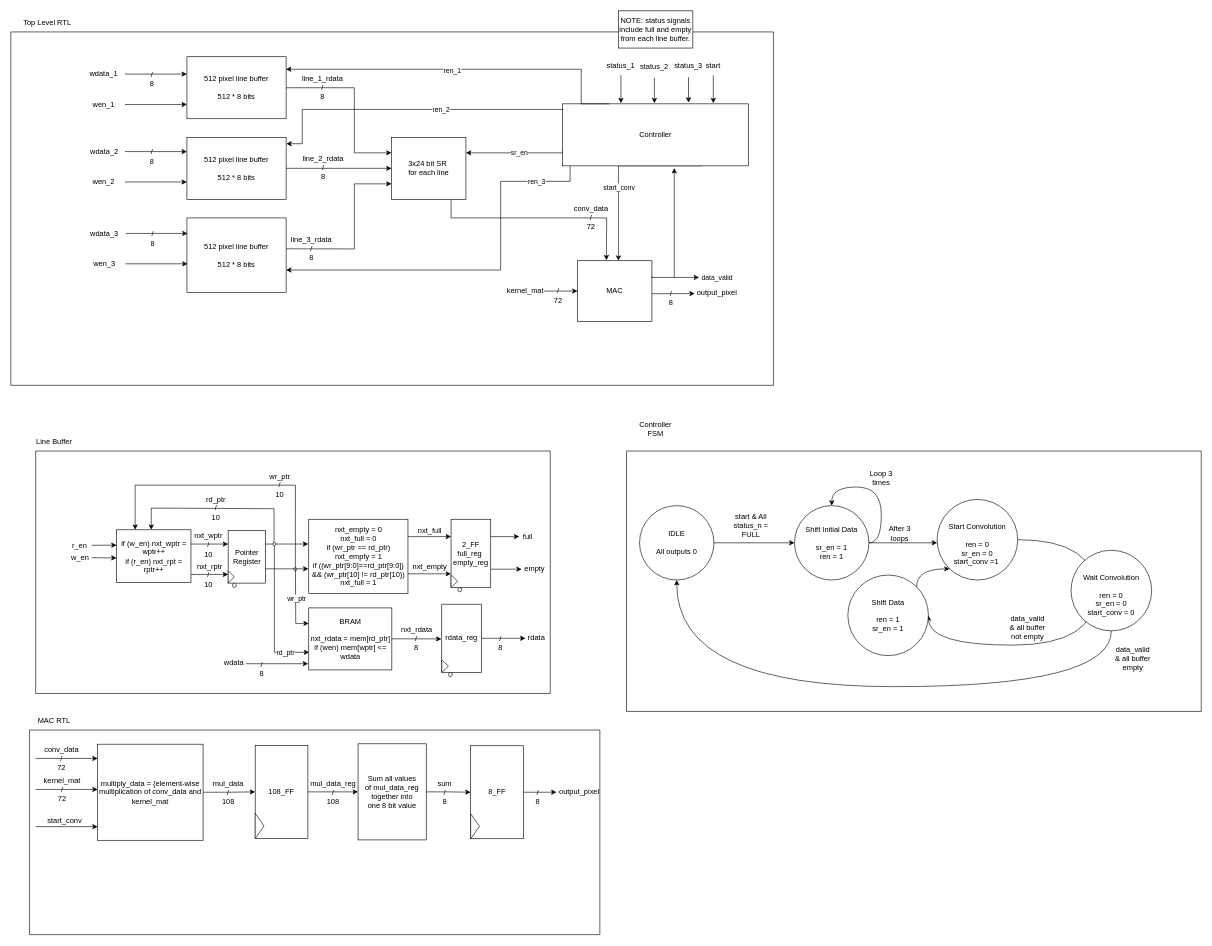
aryanka15/FPGA_Image_Processor keeps this draw.io diagram as ImageProcessor-RTLs.drawio. Above is the earlier version. Source tidied: cells renumbered, new cells numbered last; positions are measured from the earlier drawing's top-left corner, leaving out a move shared by most shapes. Both pictures are drawn from the tidied source at 62%, with x=0, y=0 at pixel (11, 11).
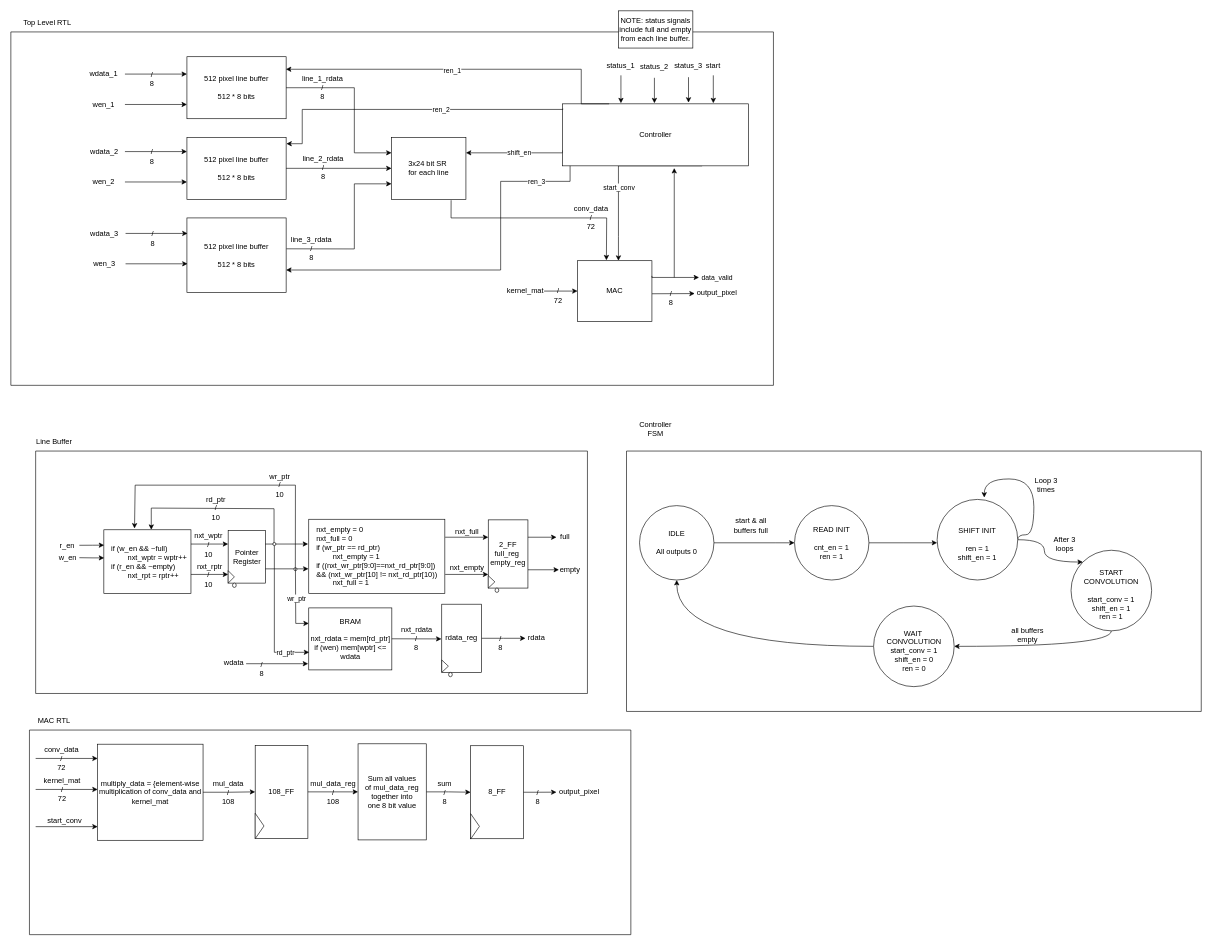
The same page after the edit.

The change refers to these unchanged cells:
```xml
<mxCell id="34" style="edgeStyle=orthogonalEdgeStyle;rounded=0;jettySize=auto;html=1;exitX=0;exitY=0.75;exitDx=0;exitDy=0;entryX=1;entryY=0.25;entryDx=0;entryDy=0;" parent="2" edge="1" source="36" target="37">
  <mxGeometry relative="1" as="geometry">
    <Array as="points">
      <mxPoint x="890" y="195" />
    </Array>
  </mxGeometry>
</mxCell>
<mxCell id="74" style="ellipse;whiteSpace=wrap;html=1;fillStyle=solid;gradientColor=none;gradientDirection=north;fillColor=#FFFFFF;" parent="53" vertex="1">
  <mxGeometry x="416.5" y="188" width="5" height="5" as="geometry" />
</mxCell>
<mxCell id="111" style="swimlane;startSize=0;" parent="1" vertex="1">
  <mxGeometry x="993" y="710" width="927" height="420" as="geometry" />
</mxCell>
<mxCell id="113" value="IDLE&lt;div&gt;&lt;br&gt;&lt;/div&gt;&lt;div&gt;All outputs 0&lt;/div&gt;" style="ellipse;whiteSpace=wrap;html=1;" parent="111" vertex="1">
  <mxGeometry x="21" y="88" width="120" height="120" as="geometry" />
</mxCell>
```

Change to the diagram source:
```diff
@@
-    <mxCell id="35" value="sr_en" style="edgeLabel;html=1;align=center;verticalAlign=middle;" parent="34" vertex="1">
+    <mxCell id="35" value="shift_en" style="edgeLabel;html=1;align=center;verticalAlign=middle;" parent="34" vertex="1">
       <mxGeometry x="-0.06" y="1" relative="1" as="geometry">
         <mxPoint y="-2" as="offset" />
       </mxGeometry>
     </mxCell>
@@
     <mxCell id="53" style="swimlane;startSize=0;" parent="1" vertex="1">
-      <mxGeometry x="40" y="710" width="830" height="391" as="geometry" />
+      <mxGeometry x="40" y="710" width="890" height="391" as="geometry" />
     </mxCell>
-    <mxCell id="54" value="if (w_en) nxt_wptr = wptr++&lt;div&gt;if (r_en) nxt_rpt = rptr++&lt;/div&gt;" style="whiteSpace=wrap;html=1;" parent="53" vertex="1">
-      <mxGeometry x="130.5" y="127" width="120" height="85" as="geometry" />
+    <mxCell id="54" value="if (w_en &amp;amp;&amp;amp; ~full) &lt;span style=&quot;white-space: pre;&quot;&gt;&#9;&lt;/span&gt;nxt_wptr = wptr++&lt;div&gt;if (r_en &amp;amp;&amp;amp; ~empty) &lt;span style=&quot;white-space: pre;&quot;&gt;&#9;&lt;/span&gt;nxt_rpt = rptr++&lt;/div&gt;" style="whiteSpace=wrap;html=1;align=left;spacingLeft=10;" parent="53" vertex="1">
+      <mxGeometry x="110" y="127" width="140.5" height="103" as="geometry" />
     </mxCell>
     <mxCell id="55" style="edgeStyle=none;orthogonalLoop=1;jettySize=auto;html=1;rounded=0;entryX=-0.022;entryY=0.246;entryDx=0;entryDy=0;entryPerimeter=0;" parent="53" edge="1">
       <mxGeometry relative="1" as="geometry">
-        <mxPoint x="90.5" y="152" as="sourcePoint" />
-        <mxPoint x="130.5" y="151.8" as="targetPoint" />
+        <mxPoint x="70.5" y="152" as="sourcePoint" />
+        <mxPoint x="110.5" y="151.8" as="targetPoint" />
         <Array as="points">
-          <mxPoint x="112.1" y="151.9" />
+          <mxPoint x="92.1" y="151.9" />
         </Array>
       </mxGeometry>
     </mxCell>
     <mxCell id="56" value="w_en" style="text;html=1;whiteSpace=wrap;strokeColor=none;fillColor=none;align=center;verticalAlign=middle;rounded=0;" parent="53" vertex="1">
-      <mxGeometry x="41.5" y="158" width="60" height="30" as="geometry" />
+      <mxGeometry x="21.5" y="158" width="60" height="30" as="geometry" />
     </mxCell>
     <mxCell id="57" value="r_en" style="text;html=1;whiteSpace=wrap;strokeColor=none;fillColor=none;align=center;verticalAlign=middle;rounded=0;" parent="53" vertex="1">
-      <mxGeometry x="40.5" y="138" width="60" height="30" as="geometry" />
+      <mxGeometry x="20.5" y="138" width="60" height="30" as="geometry" />
     </mxCell>
@@
     <mxCell id="67" style="edgeStyle=none;orthogonalLoop=1;jettySize=auto;html=1;rounded=0;entryX=-0.022;entryY=0.246;entryDx=0;entryDy=0;entryPerimeter=0;" parent="53" edge="1">
       <mxGeometry relative="1" as="geometry">
-        <mxPoint x="90.5" y="172" as="sourcePoint" />
-        <mxPoint x="130.5" y="172.3" as="targetPoint" />
+        <mxPoint x="70.5" y="172" as="sourcePoint" />
+        <mxPoint x="110.5" y="172.3" as="targetPoint" />
         <Array as="points">
-          <mxPoint x="112.5" y="172.3" />
+          <mxPoint x="92.5" y="172.3" />
         </Array>
       </mxGeometry>
     </mxCell>
-    <mxCell id="68" style="edgeStyle=none;jettySize=auto;html=1;rounded=0;entryX=0.25;entryY=0;entryDx=0;entryDy=0;exitX=0.477;exitY=0.496;exitDx=0;exitDy=0;exitPerimeter=0;" parent="53" edge="1" source="74" target="54">
+    <mxCell id="68" style="edgeStyle=none;jettySize=auto;html=1;rounded=0;entryX=0.352;entryY=-0.021;entryDx=0;entryDy=0;exitX=0.477;exitY=0.496;exitDx=0;exitDy=0;exitPerimeter=0;entryPerimeter=0;" parent="53" edge="1" source="74" target="54">
       <mxGeometry relative="1" as="geometry">
         <Array as="points">
           <mxPoint x="419" y="55" />
           <mxPoint x="160.5" y="55" />
         </Array>
       </mxGeometry>
     </mxCell>
-    <mxCell id="69" value="&lt;div&gt;&lt;span style=&quot;background-color: transparent; color: light-dark(rgb(0, 0, 0), rgb(255, 255, 255));&quot;&gt;nxt_empty = 0&lt;/span&gt;&lt;/div&gt;&lt;div&gt;&lt;span style=&quot;background-color: transparent; color: light-dark(rgb(0, 0, 0), rgb(255, 255, 255));&quot;&gt;nxt_full = 0&lt;/span&gt;&lt;/div&gt;&lt;div&gt;&lt;span style=&quot;background-color: transparent; color: light-dark(rgb(0, 0, 0), rgb(255, 255, 255));&quot;&gt;if (wr_ptr == rd_ptr)&lt;/span&gt;&lt;/div&gt;&lt;div&gt;nxt_empty = 1&lt;/div&gt;&lt;div&gt;&lt;span style=&quot;background-color: transparent; color: light-dark(rgb(0, 0, 0), rgb(255, 255, 255));&quot;&gt;if ((wr_ptr[9:0]==rd_ptr[9:0]) &amp;amp;&amp;amp; (wr_ptr[10] != rd_ptr[10))&lt;/span&gt;&lt;/div&gt;&lt;div&gt;nxt_full = 1&lt;/div&gt;" style="whiteSpace=wrap;html=1;" parent="53" vertex="1">
-      <mxGeometry x="440.5" y="110" width="160" height="120" as="geometry" />
+    <mxCell id="69" value="&lt;div&gt;&lt;span style=&quot;background-color: transparent; color: light-dark(rgb(0, 0, 0), rgb(255, 255, 255));&quot;&gt;nxt_empty = 0&lt;/span&gt;&lt;/div&gt;&lt;div&gt;&lt;span style=&quot;background-color: transparent; color: light-dark(rgb(0, 0, 0), rgb(255, 255, 255));&quot;&gt;nxt_full = 0&lt;/span&gt;&lt;/div&gt;&lt;div&gt;&lt;span style=&quot;background-color: transparent; color: light-dark(rgb(0, 0, 0), rgb(255, 255, 255));&quot;&gt;if (wr_ptr == rd_ptr)&lt;/span&gt;&lt;/div&gt;&lt;div&gt;&lt;span style=&quot;white-space: pre;&quot;&gt;&#9;&lt;/span&gt;nxt_empty = 1&lt;/div&gt;&lt;div&gt;&lt;span style=&quot;background-color: transparent; color: light-dark(rgb(0, 0, 0), rgb(255, 255, 255));&quot;&gt;if ((nxt_wr_ptr[9:0]==nxt_rd_ptr[9:0]) &amp;amp;&amp;amp; (nxt_wr_ptr[10] != nxt_rd_ptr[10))&lt;/span&gt;&lt;/div&gt;&lt;div&gt;&lt;span style=&quot;background-color: transparent; color: light-dark(rgb(0, 0, 0), rgb(255, 255, 255));&quot;&gt;&lt;span style=&quot;white-space: pre;&quot;&gt;&#9;&lt;/span&gt;nxt_full = 1&lt;/span&gt;&lt;/div&gt;" style="whiteSpace=wrap;html=1;align=left;spacingLeft=10;" parent="53" vertex="1">
+      <mxGeometry x="440.5" y="110" width="219.5" height="120" as="geometry" />
     </mxCell>
@@
     <mxCell id="94" style="edgeStyle=none;orthogonalLoop=1;jettySize=auto;html=1;rounded=0;" parent="53" edge="1">
       <mxGeometry relative="1" as="geometry">
-        <mxPoint x="600.5" y="138" as="sourcePoint" />
-        <mxPoint x="670" y="138" as="targetPoint" />
+        <mxPoint x="660.5" y="139" as="sourcePoint" />
+        <mxPoint x="730" y="139" as="targetPoint" />
       </mxGeometry>
     </mxCell>
     <mxCell id="95" style="edgeStyle=none;orthogonalLoop=1;jettySize=auto;html=1;rounded=0;" parent="53" edge="1">
       <mxGeometry relative="1" as="geometry">
-        <mxPoint x="600.5" y="198" as="sourcePoint" />
-        <mxPoint x="670" y="198" as="targetPoint" />
+        <mxPoint x="660.5" y="199" as="sourcePoint" />
+        <mxPoint x="730" y="199" as="targetPoint" />
       </mxGeometry>
     </mxCell>
     <mxCell id="96" value="nxt_empty" style="text;html=1;whiteSpace=wrap;strokeColor=none;fillColor=none;align=center;verticalAlign=middle;rounded=0;" parent="53" vertex="1">
-      <mxGeometry x="606" y="172" width="60" height="30" as="geometry" />
+      <mxGeometry x="666" y="173" width="60" height="30" as="geometry" />
     </mxCell>
     <mxCell id="97" value="nxt_full" style="text;html=1;whiteSpace=wrap;strokeColor=none;fillColor=none;align=center;verticalAlign=middle;rounded=0;" parent="53" vertex="1">
-      <mxGeometry x="606" y="114" width="60" height="30" as="geometry" />
+      <mxGeometry x="666" y="115" width="60" height="30" as="geometry" />
     </mxCell>
     <mxCell id="98" style="edgeStyle=orthogonalEdgeStyle;rounded=0;orthogonalLoop=1;jettySize=auto;html=1;" parent="53" edge="1">
       <mxGeometry relative="1" as="geometry">
-        <mxPoint x="730" y="138" as="sourcePoint" />
-        <mxPoint x="780" y="138" as="targetPoint" />
+        <mxPoint x="790" y="139" as="sourcePoint" />
+        <mxPoint x="840" y="139" as="targetPoint" />
       </mxGeometry>
     </mxCell>
     <mxCell id="99" style="edgeStyle=orthogonalEdgeStyle;rounded=0;orthogonalLoop=1;jettySize=auto;html=1;" parent="53" edge="1">
       <mxGeometry relative="1" as="geometry">
-        <mxPoint x="734" y="190.5" as="sourcePoint" />
-        <mxPoint x="784" y="190.5" as="targetPoint" />
+        <mxPoint x="794" y="191.5" as="sourcePoint" />
+        <mxPoint x="844" y="191.5" as="targetPoint" />
       </mxGeometry>
     </mxCell>
     <mxCell id="100" value="empty" style="text;html=1;whiteSpace=wrap;strokeColor=none;fillColor=none;align=center;verticalAlign=middle;rounded=0;" parent="53" vertex="1">
-      <mxGeometry x="775" y="174.5" width="60" height="30" as="geometry" />
+      <mxGeometry x="832" y="175.5" width="60" height="30" as="geometry" />
     </mxCell>
+    <mxCell id="154" style="group;" parent="53" vertex="1">
+      <mxGeometry x="730" y="111" width="64" height="110" as="geometry" />
+    </mxCell>
+    <mxCell id="155" value="2_FF&lt;div&gt;full_reg&amp;nbsp;&lt;/div&gt;&lt;div&gt;empty_reg&lt;/div&gt;" style="whiteSpace=wrap;html=1;" parent="154" vertex="1">
+      <mxGeometry width="64" height="110" as="geometry" />
+    </mxCell>
+    <mxCell id="156" style="triangle;whiteSpace=wrap;html=1;" parent="154" vertex="1">
+      <mxGeometry y="90" width="10.7" height="20" as="geometry" />
+    </mxCell>
+    <mxCell id="157" style="ellipse;whiteSpace=wrap;html=1;" parent="53" vertex="1">
+      <mxGeometry x="741" y="221" width="6" height="7" as="geometry" />
+    </mxCell>
+    <mxCell id="158" value="full" style="text;html=1;whiteSpace=wrap;strokeColor=none;fillColor=none;align=center;verticalAlign=middle;rounded=0;" parent="53" vertex="1">
+      <mxGeometry x="824" y="124" width="60" height="30" as="geometry" />
+    </mxCell>
@@
-    <mxCell id="114" value="start &amp;amp; All status_n = FULL" style="text;html=1;whiteSpace=wrap;strokeColor=none;fillColor=none;align=center;verticalAlign=middle;rounded=0;" parent="111" vertex="1">
+    <mxCell id="114" value="start &amp;amp; all buffers full" style="text;html=1;whiteSpace=wrap;strokeColor=none;fillColor=none;align=center;verticalAlign=middle;rounded=0;" parent="111" vertex="1">
       <mxGeometry x="171" y="105" width="60" height="30" as="geometry" />
     </mxCell>
@@
-    <mxCell id="116" value="&lt;div&gt;Shift Initial Data&lt;/div&gt;&lt;div&gt;&lt;span style=&quot;background-color: transparent; color: light-dark(rgb(0, 0, 0), rgb(255, 255, 255));&quot;&gt;&lt;br&gt;&lt;/span&gt;&lt;/div&gt;&lt;div&gt;&lt;span style=&quot;background-color: transparent; color: light-dark(rgb(0, 0, 0), rgb(255, 255, 255));&quot;&gt;sr_en = 1&lt;/span&gt;&lt;/div&gt;&lt;div&gt;ren = 1&lt;/div&gt;" style="ellipse;whiteSpace=wrap;html=1;" parent="111" vertex="1">
+    <mxCell id="116" value="&lt;div&gt;READ INIT&lt;/div&gt;&lt;div&gt;&lt;br&gt;&lt;/div&gt;&lt;div&gt;&lt;span style=&quot;background-color: transparent; color: light-dark(rgb(0, 0, 0), rgb(255, 255, 255));&quot;&gt;cnt_en = 1&lt;/span&gt;&lt;/div&gt;&lt;div&gt;ren = 1&lt;/div&gt;" style="ellipse;whiteSpace=wrap;html=1;" parent="111" vertex="1">
       <mxGeometry x="271" y="88" width="120" height="120" as="geometry" />
     </mxCell>
-    <mxCell id="117" style="edgeStyle=orthogonalEdgeStyle;rounded=0;orthogonalLoop=1;jettySize=auto;html=1;exitX=1;exitY=0.5;exitDx=0;exitDy=0;entryX=0.5;entryY=0;entryDx=0;entryDy=0;curved=1;" parent="111" edge="1" source="116" target="116">
+    <mxCell id="117" style="edgeStyle=orthogonalEdgeStyle;rounded=0;jettySize=auto;html=1;exitX=1;exitY=0.5;exitDx=0;exitDy=0;entryX=0.5;entryY=0;entryDx=0;entryDy=0;curved=1;" parent="111" edge="1" source="121">
       <mxGeometry relative="1" as="geometry">
+        <mxPoint x="577" y="75" as="targetPoint" />
         <Array as="points">
-          <mxPoint x="411" y="148" />
-          <mxPoint x="411" y="58" />
-          <mxPoint x="331" y="58" />
+          <mxPoint x="631" y="135" />
+          <mxPoint x="657" y="135" />
+          <mxPoint x="657" y="45" />
+          <mxPoint x="577" y="45" />
         </Array>
       </mxGeometry>
     </mxCell>
     <mxCell id="118" value="Loop 3 times" style="text;html=1;whiteSpace=wrap;strokeColor=none;fillColor=none;align=center;verticalAlign=middle;rounded=0;" parent="111" vertex="1">
-      <mxGeometry x="381" y="28" width="60" height="30" as="geometry" />
+      <mxGeometry x="647" y="40" width="60" height="30" as="geometry" />
     </mxCell>
     <mxCell id="119" value="After 3 loops" style="text;html=1;whiteSpace=wrap;strokeColor=none;fillColor=none;align=center;verticalAlign=middle;rounded=0;" parent="111" vertex="1">
-      <mxGeometry x="411" y="118" width="60" height="30" as="geometry" />
+      <mxGeometry x="677" y="135" width="60" height="30" as="geometry" />
     </mxCell>
-    <mxCell id="120" style="edgeStyle=orthogonalEdgeStyle;rounded=0;jettySize=auto;html=1;exitX=1;exitY=0.5;exitDx=0;exitDy=0;entryX=1;entryY=0.5;entryDx=0;entryDy=0;curved=1;" parent="111" edge="1" source="121" target="122">
-      <mxGeometry relative="1" as="geometry">
-        <Array as="points">
-          <mxPoint x="757" y="143" />
-          <mxPoint x="757" y="313" />
-        </Array>
-      </mxGeometry>
-    </mxCell>
+    <mxCell id="160" style="edgeStyle=orthogonalEdgeStyle;rounded=0;jettySize=auto;html=1;entryX=0;entryY=0;entryDx=0;entryDy=0;curved=1;" parent="111" edge="1" source="121" target="126">
+      <mxGeometry relative="1" as="geometry" />
+    </mxCell>
-    <mxCell id="121" value="&lt;div&gt;&lt;span style=&quot;background-color: transparent; color: light-dark(rgb(0, 0, 0), rgb(255, 255, 255));&quot;&gt;&lt;br&gt;&lt;/span&gt;&lt;/div&gt;&lt;div&gt;&lt;span style=&quot;background-color: transparent; color: light-dark(rgb(0, 0, 0), rgb(255, 255, 255));&quot;&gt;Start Convolution&lt;/span&gt;&lt;/div&gt;&lt;div&gt;&lt;br&gt;&lt;/div&gt;&lt;div&gt;r&lt;span style=&quot;background-color: transparent; color: light-dark(rgb(0, 0, 0), rgb(255, 255, 255));&quot;&gt;en = 0&lt;/span&gt;&lt;/div&gt;&lt;div&gt;sr_en = 0&lt;/div&gt;&lt;div&gt;start_conv =1&amp;nbsp;&lt;/div&gt;" style="ellipse;whiteSpace=wrap;html=1;" parent="111" vertex="1">
+    <mxCell id="121" value="&lt;div&gt;&lt;span style=&quot;background-color: transparent; color: light-dark(rgb(0, 0, 0), rgb(255, 255, 255));&quot;&gt;&lt;br&gt;&lt;/span&gt;&lt;/div&gt;&lt;div&gt;SHIFT INIT&lt;/div&gt;&lt;div&gt;&lt;br&gt;&lt;/div&gt;&lt;div&gt;r&lt;span style=&quot;background-color: transparent; color: light-dark(rgb(0, 0, 0), rgb(255, 255, 255));&quot;&gt;en = 1&lt;/span&gt;&lt;/div&gt;&lt;div&gt;shift_en = 1&lt;/div&gt;" style="ellipse;whiteSpace=wrap;html=1;" parent="111" vertex="1">
       <mxGeometry x="501" y="78" width="130" height="130" as="geometry" />
     </mxCell>
-    <mxCell id="122" value="&lt;div&gt;Shift Data&lt;/div&gt;&lt;div&gt;&lt;span style=&quot;background-color: transparent; color: light-dark(rgb(0, 0, 0), rgb(255, 255, 255));&quot;&gt;&lt;br&gt;&lt;/span&gt;&lt;/div&gt;&lt;div&gt;&lt;span style=&quot;background-color: transparent; color: light-dark(rgb(0, 0, 0), rgb(255, 255, 255));&quot;&gt;ren = 1&lt;/span&gt;&lt;/div&gt;&lt;div&gt;&lt;span style=&quot;background-color: transparent; color: light-dark(rgb(0, 0, 0), rgb(255, 255, 255));&quot;&gt;sr_en = 1&lt;/span&gt;&lt;/div&gt;" style="ellipse;whiteSpace=wrap;html=1;" parent="111" vertex="1">
-      <mxGeometry x="357" y="200" width="130" height="130" as="geometry" />
-    </mxCell>
-    <mxCell id="123" style="edgeStyle=orthogonalEdgeStyle;rounded=0;jettySize=auto;html=1;curved=1;exitX=1;exitY=0;exitDx=0;exitDy=0;" parent="111" edge="1" source="122" target="121">
-      <mxGeometry relative="1" as="geometry">
-        <Array as="points">
-          <mxPoint x="468" y="190" />
-        </Array>
-      </mxGeometry>
-    </mxCell>
-    <mxCell id="124" value="data_valid &amp;amp; all buffer not empty" style="text;html=1;whiteSpace=wrap;strokeColor=none;fillColor=none;align=center;verticalAlign=middle;rounded=0;" parent="111" vertex="1">
-      <mxGeometry x="617" y="270" width="60" height="30" as="geometry" />
-    </mxCell>
-    <mxCell id="125" style="edgeStyle=orthogonalEdgeStyle;rounded=0;jettySize=auto;html=1;exitX=0.5;exitY=1;exitDx=0;exitDy=0;entryX=0.5;entryY=1;entryDx=0;entryDy=0;curved=1;" parent="111" edge="1" source="126" target="113">
-      <mxGeometry relative="1" as="geometry">
-        <Array as="points">
-          <mxPoint x="782" y="380" />
-          <mxPoint x="81" y="380" />
-        </Array>
-      </mxGeometry>
-    </mxCell>
+    <mxCell id="161" style="edgeStyle=orthogonalEdgeStyle;rounded=0;jettySize=auto;html=1;exitX=0.5;exitY=1;exitDx=0;exitDy=0;entryX=1;entryY=0.5;entryDx=0;entryDy=0;curved=1;" parent="111" edge="1" source="126" target="163">
+      <mxGeometry relative="1" as="geometry" />
+    </mxCell>
-    <mxCell id="126" value="&lt;div&gt;&lt;span style=&quot;background-color: transparent; color: light-dark(rgb(0, 0, 0), rgb(255, 255, 255));&quot;&gt;&lt;br&gt;&lt;/span&gt;&lt;/div&gt;&lt;div&gt;Wait Convolution&lt;/div&gt;&lt;div&gt;&lt;br&gt;&lt;/div&gt;&lt;div&gt;r&lt;span style=&quot;background-color: transparent; color: light-dark(rgb(0, 0, 0), rgb(255, 255, 255));&quot;&gt;en = 0&lt;/span&gt;&lt;/div&gt;&lt;div&gt;sr_en = 0&lt;/div&gt;&lt;div&gt;start_conv = 0&lt;/div&gt;" style="ellipse;whiteSpace=wrap;html=1;" parent="111" vertex="1">
+    <mxCell id="126" value="&lt;div&gt;&lt;span style=&quot;background-color: transparent; color: light-dark(rgb(0, 0, 0), rgb(255, 255, 255));&quot;&gt;&lt;br&gt;&lt;/span&gt;&lt;/div&gt;&lt;div&gt;START CONVOLUTION&lt;/div&gt;&lt;div&gt;&lt;br&gt;&lt;/div&gt;&lt;div&gt;start_conv = 1&lt;/div&gt;&lt;div&gt;shift_en = 1&lt;/div&gt;&lt;div&gt;ren = 1&lt;/div&gt;" style="ellipse;whiteSpace=wrap;html=1;" parent="111" vertex="1">
       <mxGeometry x="717" y="160" width="130" height="130" as="geometry" />
     </mxCell>
-    <mxCell id="127" value="data_valid &amp;amp; all buffer empty" style="text;html=1;whiteSpace=wrap;strokeColor=none;fillColor=none;align=center;verticalAlign=middle;rounded=0;" parent="111" vertex="1">
-      <mxGeometry x="787" y="320" width="60" height="30" as="geometry" />
+    <mxCell id="127" value="all buffers empty" style="text;html=1;whiteSpace=wrap;strokeColor=none;fillColor=none;align=center;verticalAlign=middle;rounded=0;" parent="111" vertex="1">
+      <mxGeometry x="617" y="282" width="60" height="30" as="geometry" />
     </mxCell>
+    <mxCell id="162" style="edgeStyle=orthogonalEdgeStyle;rounded=0;jettySize=auto;html=1;curved=1;" parent="111" edge="1" source="163" target="113">
+      <mxGeometry relative="1" as="geometry" />
+    </mxCell>
+    <mxCell id="163" value="&lt;div&gt;&lt;span style=&quot;background-color: transparent; color: light-dark(rgb(0, 0, 0), rgb(255, 255, 255));&quot;&gt;&lt;br&gt;&lt;/span&gt;&lt;/div&gt;&lt;div&gt;WAIT&amp;nbsp;&lt;/div&gt;&lt;div&gt;CONVOLUTION&lt;/div&gt;&lt;div&gt;start_conv = 1&lt;/div&gt;&lt;div&gt;shift_en = 0&lt;/div&gt;&lt;div&gt;ren = 0&lt;/div&gt;" style="ellipse;whiteSpace=wrap;html=1;" parent="111" vertex="1">
+      <mxGeometry x="398.5" y="250" width="130" height="130" as="geometry" />
+    </mxCell>
@@
     <mxCell id="129" style="swimlane;startSize=0;" parent="1" vertex="1">
-      <mxGeometry x="30" y="1160" width="920" height="330" as="geometry" />
+      <mxGeometry x="30" y="1160" width="970" height="330" as="geometry" />
     </mxCell>
@@
-    <mxCell id="154" style="group;" parent="1" vertex="1">
-      <mxGeometry x="710" y="820" width="64" height="110" as="geometry" />
-    </mxCell>
-    <mxCell id="155" value="2_FF&lt;div&gt;full_reg&amp;nbsp;&lt;/div&gt;&lt;div&gt;empty_reg&lt;/div&gt;" style="whiteSpace=wrap;html=1;" parent="154" vertex="1">
-      <mxGeometry width="64" height="110" as="geometry" />
-    </mxCell>
-    <mxCell id="156" style="triangle;whiteSpace=wrap;html=1;" parent="154" vertex="1">
-      <mxGeometry y="90" width="10.7" height="20" as="geometry" />
-    </mxCell>
-    <mxCell id="157" style="ellipse;whiteSpace=wrap;html=1;" parent="1" vertex="1">
-      <mxGeometry x="721" y="930" width="6" height="7" as="geometry" />
-    </mxCell>
-    <mxCell id="158" value="full" style="text;html=1;whiteSpace=wrap;strokeColor=none;fillColor=none;align=center;verticalAlign=middle;rounded=0;" parent="1" vertex="1">
-      <mxGeometry x="804" y="833" width="60" height="30" as="geometry" />
-    </mxCell>
```
